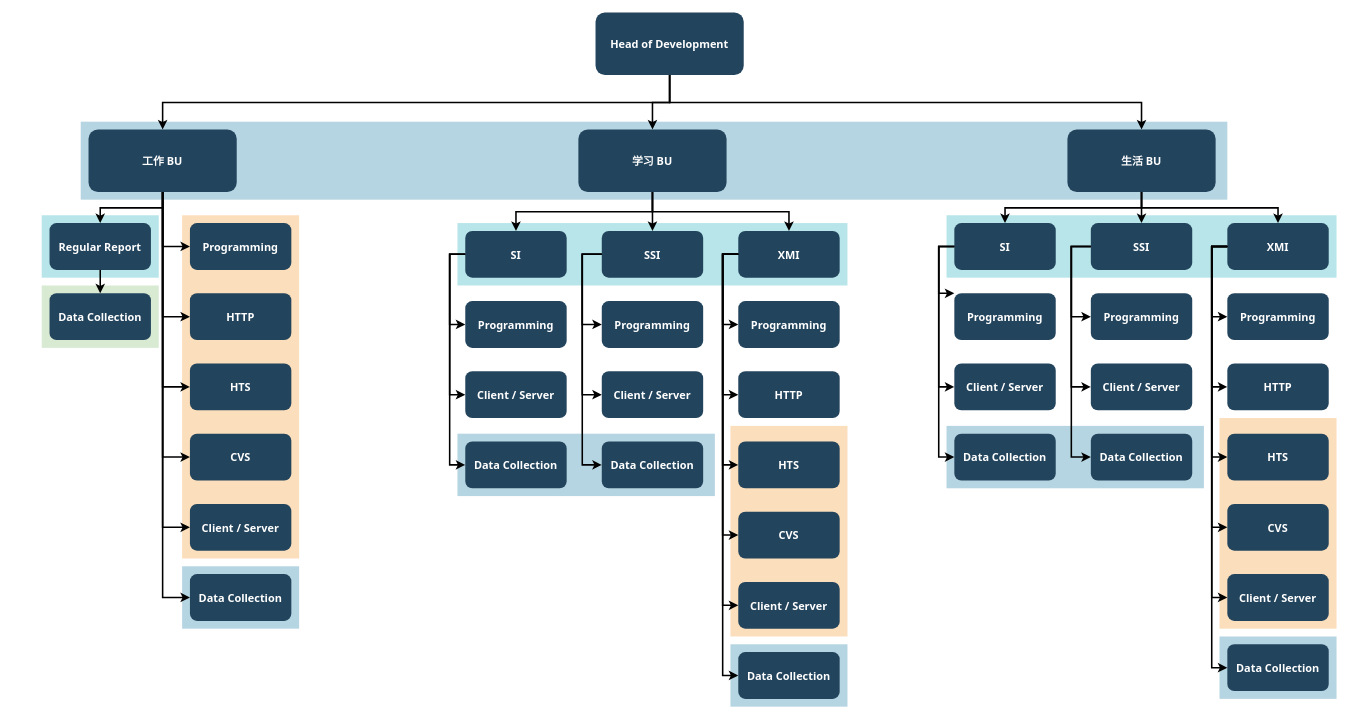
The draw.io diagram department_structure.drawio in Newsteinwell/Drawio, before the edit. Source tidied: cells renumbered, new cells numbered last; positions are measured from the earlier drawing's top-left corner, leaving out a move shared by most shapes. Both pictures are drawn from the tidied source at 78%, with x=0, y=0 at pixel (41, 12).
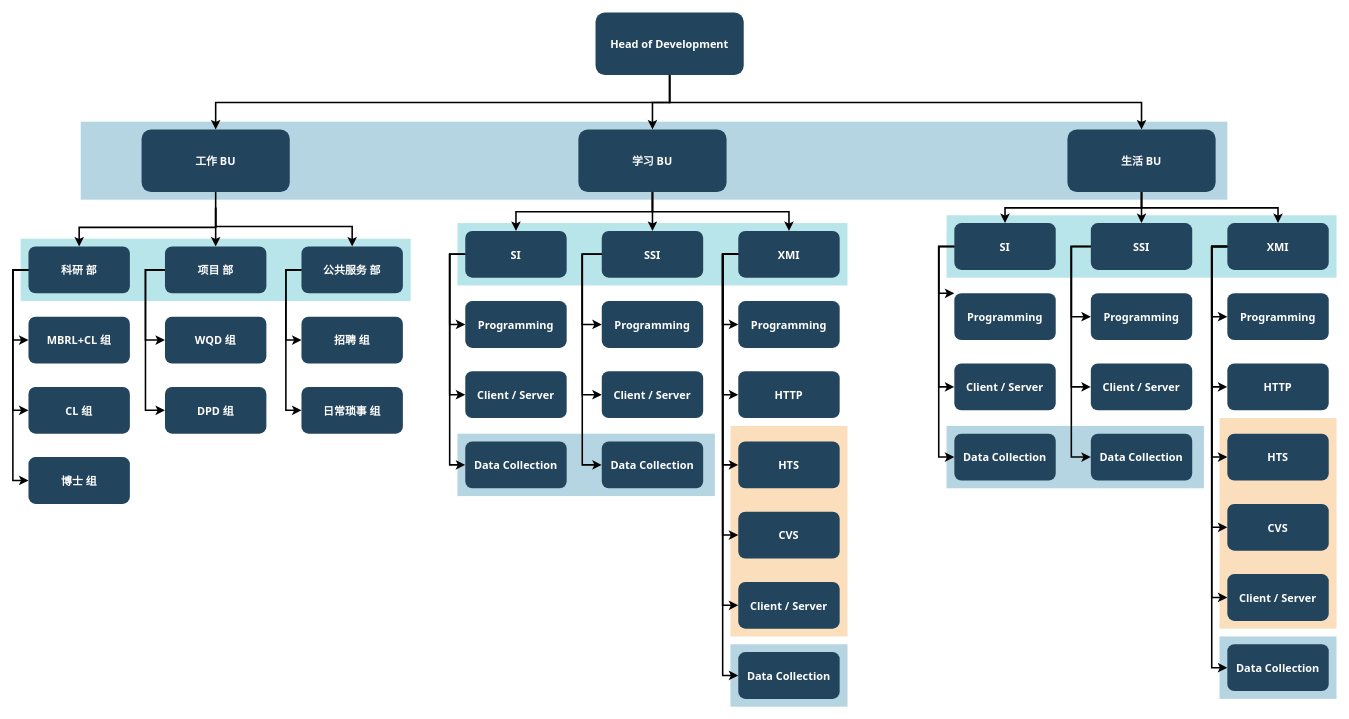
After the change.

What changed in the source:
```diff
@@
-    <mxCell id="5" style="fillColor=#F2931E;strokeColor=none;opacity=30;" parent="1" vertex="1">
-      <mxGeometry x="180" y="259.5" width="150" height="440" as="geometry" />
-    </mxCell>
@@
-    <mxCell id="10" style="fillColor=#10739E;strokeColor=none;opacity=30;" parent="1" vertex="1">
-      <mxGeometry x="180" y="709.5" width="150" height="80" as="geometry" />
-    </mxCell>
-    <mxCell id="11" style="fillColor=#D9EAD3;strokeColor=none;" parent="1" vertex="1">
-      <mxGeometry y="349.5" width="150" height="80" as="geometry" />
-    </mxCell>
@@
-    <mxCell id="14" style="fillColor=#12AAB5;strokeColor=none;opacity=30;" parent="1" vertex="1">
-      <mxGeometry y="259.5" width="150" height="80" as="geometry" />
-    </mxCell>
@@
     <mxCell id="19" value="工作 BU" style="rounded=1;fillColor=#23445D;gradientColor=none;strokeColor=none;fontColor=#FFFFFF;fontStyle=1;fontFamily=Tahoma;fontSize=14;" parent="1" vertex="1">
-      <mxGeometry x="60" y="149.5" width="190" height="80" as="geometry" />
+      <mxGeometry x="128" y="149.5" width="190" height="80" as="geometry" />
     </mxCell>
-    <mxCell id="20" value="Regular Report" style="rounded=1;fillColor=#23445D;gradientColor=none;strokeColor=none;fontColor=#FFFFFF;fontStyle=1;fontFamily=Tahoma;fontSize=14;" parent="1" vertex="1">
-      <mxGeometry x="10" y="269.5" width="130" height="60" as="geometry" />
-    </mxCell>
-    <mxCell id="21" value="Data Collection" style="rounded=1;fillColor=#23445D;gradientColor=none;strokeColor=none;fontColor=#FFFFFF;fontStyle=1;fontFamily=Tahoma;fontSize=14;" parent="1" vertex="1">
-      <mxGeometry x="10" y="359.5" width="130" height="60" as="geometry" />
-    </mxCell>
-    <mxCell id="22" value="Programming" style="rounded=1;fillColor=#23445D;gradientColor=none;strokeColor=none;fontColor=#FFFFFF;fontStyle=1;fontFamily=Tahoma;fontSize=14;" parent="1" vertex="1">
-      <mxGeometry x="190" y="269.5" width="130" height="60" as="geometry" />
-    </mxCell>
-    <mxCell id="23" value="HTTP" style="rounded=1;fillColor=#23445D;gradientColor=none;strokeColor=none;fontColor=#FFFFFF;fontStyle=1;fontFamily=Tahoma;fontSize=14;" parent="1" vertex="1">
-      <mxGeometry x="190" y="359.5" width="130" height="60" as="geometry" />
-    </mxCell>
-    <mxCell id="24" value="HTS" style="rounded=1;fillColor=#23445D;gradientColor=none;strokeColor=none;fontColor=#FFFFFF;fontStyle=1;fontFamily=Tahoma;fontSize=14;" parent="1" vertex="1">
-      <mxGeometry x="190" y="449.5" width="130" height="60" as="geometry" />
-    </mxCell>
-    <mxCell id="25" value="CVS" style="rounded=1;fillColor=#23445D;gradientColor=none;strokeColor=none;fontColor=#FFFFFF;fontStyle=1;fontFamily=Tahoma;fontSize=14;" parent="1" vertex="1">
-      <mxGeometry x="190" y="539.5" width="130" height="60" as="geometry" />
-    </mxCell>
-    <mxCell id="26" value="Client / Server" style="rounded=1;fillColor=#23445D;gradientColor=none;strokeColor=none;fontColor=#FFFFFF;fontStyle=1;fontFamily=Tahoma;fontSize=14;" parent="1" vertex="1">
-      <mxGeometry x="190" y="629.5" width="130" height="60" as="geometry" />
-    </mxCell>
-    <mxCell id="27" value="Data Collection" style="rounded=1;fillColor=#23445D;gradientColor=none;strokeColor=none;fontColor=#FFFFFF;fontStyle=1;fontFamily=Tahoma;fontSize=14;" parent="1" vertex="1">
-      <mxGeometry x="190" y="719.5" width="130" height="60" as="geometry" />
-    </mxCell>
@@
-    <mxCell id="60" style="edgeStyle=elbowEdgeStyle;elbow=vertical;strokeWidth=2;rounded=0;" parent="1" edge="1" source="19" target="20">
-      <mxGeometry x="-23" y="135.5" as="geometry" />
-    </mxCell>
-    <mxCell id="61" style="edgeStyle=elbowEdgeStyle;elbow=horizontal;strokeWidth=2;rounded=0;" parent="1" edge="1" source="19" target="22">
-      <mxGeometry x="-23" y="135.5" as="geometry">
-        <Array as="points">
-          <mxPoint x="155" y="249.5" />
-        </Array>
-      </mxGeometry>
-    </mxCell>
-    <mxCell id="62" style="edgeStyle=elbowEdgeStyle;elbow=horizontal;strokeWidth=2;rounded=0;" parent="1" edge="1" source="19" target="23">
-      <mxGeometry x="-23" y="135.5" as="geometry">
-        <Array as="points">
-          <mxPoint x="155" y="289.5" />
-        </Array>
-      </mxGeometry>
-    </mxCell>
-    <mxCell id="63" style="edgeStyle=elbowEdgeStyle;elbow=horizontal;strokeWidth=2;rounded=0;" parent="1" edge="1" source="19" target="24">
-      <mxGeometry x="-23" y="135.5" as="geometry">
-        <Array as="points">
-          <mxPoint x="155" y="339.5" />
-        </Array>
-      </mxGeometry>
-    </mxCell>
-    <mxCell id="64" style="edgeStyle=elbowEdgeStyle;elbow=horizontal;strokeWidth=2;rounded=0;" parent="1" edge="1" source="19" target="25">
-      <mxGeometry x="-23" y="135.5" as="geometry">
-        <Array as="points">
-          <mxPoint x="155" y="389.5" />
-        </Array>
-      </mxGeometry>
-    </mxCell>
-    <mxCell id="65" style="edgeStyle=elbowEdgeStyle;elbow=horizontal;strokeWidth=2;rounded=0;" parent="1" edge="1" source="19" target="26">
-      <mxGeometry x="-23" y="135.5" as="geometry">
-        <Array as="points">
-          <mxPoint x="155" y="429.5" />
-        </Array>
-      </mxGeometry>
-    </mxCell>
-    <mxCell id="66" style="edgeStyle=elbowEdgeStyle;elbow=horizontal;strokeWidth=2;rounded=0;" parent="1" edge="1" source="19" target="27">
-      <mxGeometry x="-23" y="135.5" as="geometry">
-        <Array as="points">
-          <mxPoint x="155" y="479.5" />
-        </Array>
-      </mxGeometry>
-    </mxCell>
@@
-    <mxCell id="97" style="edgeStyle=elbowEdgeStyle;elbow=vertical;rounded=0;strokeWidth=2;" parent="1" edge="1" source="20" target="21">
-      <mxGeometry x="-23" y="135.5" as="geometry" />
-    </mxCell>
+    <mxCell id="98" style="fillColor=#12AAB5;strokeColor=none;opacity=30;" parent="1" vertex="1">
+      <mxGeometry x="-27" y="289.5" width="500" height="80" as="geometry" />
+    </mxCell>
+    <mxCell id="99" value="科研 部" style="rounded=1;fillColor=#23445D;gradientColor=none;strokeColor=none;fontColor=#FFFFFF;fontStyle=1;fontFamily=Tahoma;fontSize=14;" parent="1" vertex="1">
+      <mxGeometry x="-17" y="299.5" width="130" height="60" as="geometry" />
+    </mxCell>
+    <mxCell id="100" value="MBRL+CL 组" style="rounded=1;fillColor=#23445D;gradientColor=none;strokeColor=none;fontColor=#FFFFFF;fontStyle=1;fontFamily=Tahoma;fontSize=14;" parent="1" vertex="1">
+      <mxGeometry x="-17" y="389.5" width="130" height="60" as="geometry" />
+    </mxCell>
+    <mxCell id="101" value="CL 组" style="rounded=1;fillColor=#23445D;gradientColor=none;strokeColor=none;fontColor=#FFFFFF;fontStyle=1;fontFamily=Tahoma;fontSize=14;" parent="1" vertex="1">
+      <mxGeometry x="-17" y="479.5" width="130" height="60" as="geometry" />
+    </mxCell>
+    <mxCell id="102" value="项目 部" style="rounded=1;fillColor=#23445D;gradientColor=none;strokeColor=none;fontColor=#FFFFFF;fontStyle=1;fontFamily=Tahoma;fontSize=14;" parent="1" vertex="1">
+      <mxGeometry x="158" y="299.5" width="130" height="60" as="geometry" />
+    </mxCell>
+    <mxCell id="103" value="WQD 组" style="rounded=1;fillColor=#23445D;gradientColor=none;strokeColor=none;fontColor=#FFFFFF;fontStyle=1;fontFamily=Tahoma;fontSize=14;" parent="1" vertex="1">
+      <mxGeometry x="158" y="389.5" width="130" height="60" as="geometry" />
+    </mxCell>
+    <mxCell id="104" value="DPD 组" style="rounded=1;fillColor=#23445D;gradientColor=none;strokeColor=none;fontColor=#FFFFFF;fontStyle=1;fontFamily=Tahoma;fontSize=14;" parent="1" vertex="1">
+      <mxGeometry x="158" y="479.5" width="130" height="60" as="geometry" />
+    </mxCell>
+    <mxCell id="105" value="公共服务 部" style="rounded=1;fillColor=#23445D;gradientColor=none;strokeColor=none;fontColor=#FFFFFF;fontStyle=1;fontFamily=Tahoma;fontSize=14;" parent="1" vertex="1">
+      <mxGeometry x="333" y="299.5" width="130" height="60" as="geometry" />
+    </mxCell>
+    <mxCell id="106" value="招聘 组" style="rounded=1;fillColor=#23445D;gradientColor=none;strokeColor=none;fontColor=#FFFFFF;fontStyle=1;fontFamily=Tahoma;fontSize=14;" parent="1" vertex="1">
+      <mxGeometry x="333" y="389.5" width="130" height="60" as="geometry" />
+    </mxCell>
+    <mxCell id="107" value="日常琐事 组" style="rounded=1;fillColor=#23445D;gradientColor=none;strokeColor=none;fontColor=#FFFFFF;fontStyle=1;fontFamily=Tahoma;fontSize=14;" parent="1" vertex="1">
+      <mxGeometry x="333" y="479.5" width="130" height="60" as="geometry" />
+    </mxCell>
+    <mxCell id="108" style="edgeStyle=elbowEdgeStyle;elbow=horizontal;strokeWidth=2;rounded=0;" parent="1" edge="1" source="99" target="100">
+      <mxGeometry x="-410" y="165.5" as="geometry">
+        <Array as="points">
+          <mxPoint x="-37" y="379.5" />
+        </Array>
+      </mxGeometry>
+    </mxCell>
+    <mxCell id="109" style="edgeStyle=elbowEdgeStyle;elbow=horizontal;strokeWidth=2;rounded=0;" parent="1" edge="1" source="99" target="101">
+      <mxGeometry x="-410" y="165.5" as="geometry">
+        <Array as="points">
+          <mxPoint x="-37" y="419.5" />
+        </Array>
+      </mxGeometry>
+    </mxCell>
+    <mxCell id="110" style="edgeStyle=elbowEdgeStyle;elbow=horizontal;strokeWidth=2;rounded=0;" parent="1" edge="1" source="102" target="103">
+      <mxGeometry x="-410" y="165.5" as="geometry">
+        <Array as="points">
+          <mxPoint x="133" y="379.5" />
+        </Array>
+      </mxGeometry>
+    </mxCell>
+    <mxCell id="111" style="edgeStyle=elbowEdgeStyle;elbow=horizontal;strokeWidth=2;rounded=0;" parent="1" edge="1" source="102" target="104">
+      <mxGeometry x="-410" y="165.5" as="geometry">
+        <Array as="points">
+          <mxPoint x="133" y="419.5" />
+        </Array>
+      </mxGeometry>
+    </mxCell>
+    <mxCell id="112" style="edgeStyle=elbowEdgeStyle;elbow=horizontal;strokeWidth=2;rounded=0;" parent="1" edge="1" source="105" target="106">
+      <mxGeometry x="-410" y="165.5" as="geometry">
+        <Array as="points">
+          <mxPoint x="313" y="379.5" />
+        </Array>
+      </mxGeometry>
+    </mxCell>
+    <mxCell id="113" style="edgeStyle=elbowEdgeStyle;elbow=horizontal;strokeWidth=2;rounded=0;" parent="1" edge="1" source="105" target="107">
+      <mxGeometry x="-410" y="165.5" as="geometry">
+        <Array as="points">
+          <mxPoint x="313" y="419.5" />
+        </Array>
+      </mxGeometry>
+    </mxCell>
+    <mxCell id="114" style="edgeStyle=elbowEdgeStyle;elbow=vertical;strokeWidth=2;rounded=0;" parent="1" edge="1" target="99">
+      <mxGeometry x="-583" y="155.5" as="geometry">
+        <mxPoint x="223" y="249.5" as="sourcePoint" />
+      </mxGeometry>
+    </mxCell>
+    <mxCell id="115" style="edgeStyle=elbowEdgeStyle;elbow=vertical;strokeWidth=2;rounded=0;" parent="1" edge="1" target="102">
+      <mxGeometry x="-583" y="155.5" as="geometry">
+        <mxPoint x="223" y="249.5" as="sourcePoint" />
+      </mxGeometry>
+    </mxCell>
+    <mxCell id="116" style="edgeStyle=elbowEdgeStyle;elbow=vertical;strokeWidth=2;rounded=0;exitX=0.5;exitY=1;exitDx=0;exitDy=0;" parent="1" edge="1" source="19" target="105">
+      <mxGeometry x="-583" y="155.5" as="geometry">
+        <Array as="points">
+          <mxPoint x="313" y="274" />
+        </Array>
+      </mxGeometry>
+    </mxCell>
+    <mxCell id="117" value="博士 组" style="rounded=1;fillColor=#23445D;gradientColor=none;strokeColor=none;fontColor=#FFFFFF;fontStyle=1;fontFamily=Tahoma;fontSize=14;" parent="1" vertex="1">
+      <mxGeometry x="-17" y="569.5" width="130" height="60" as="geometry" />
+    </mxCell>
+    <mxCell id="118" style="edgeStyle=elbowEdgeStyle;elbow=horizontal;strokeWidth=2;rounded=0;entryX=0;entryY=0.5;entryDx=0;entryDy=0;" parent="1" edge="1" target="117">
+      <mxGeometry x="-410" y="165.5" as="geometry">
+        <mxPoint x="-17" y="329.5" as="sourcePoint" />
+        <Array as="points">
+          <mxPoint x="-37" y="419.5" />
+        </Array>
+      </mxGeometry>
+    </mxCell>
```
